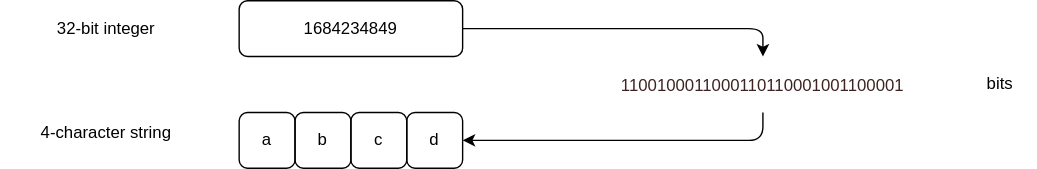
The draw.io diagram docs/binary/packing_unpacking.svg in gvwilson/sdxpy, before a commit. Source tidied: cells renumbered, new cells last; positions are measured from the earlier drawing's top-left corner, leaving out a move shared by most shapes.
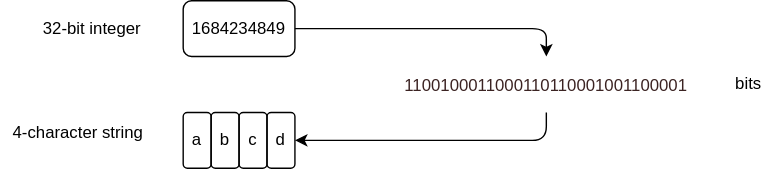
The same diagram one commit later.

Diff of the diagram source:
```diff
@@ -2,46 +2,46 @@
   <root>
     <mxCell id="0" />
     <mxCell id="1" parent="0" />
-    <mxCell id="2" value="&lt;font style=&quot;font-size: 12px;&quot;&gt;1684234849&lt;/font&gt;" style="rounded=1;whiteSpace=wrap;html=1;fillColor=none;sketch=0;fontFamily=Verdana;fontSize=12;" parent="1" vertex="1">
-      <mxGeometry x="170" width="160" height="40" as="geometry" />
+    <mxCell id="2" value="&lt;font style=&quot;font-size: 12px;&quot;&gt;1684234849&lt;/font&gt;" style="rounded=1;whiteSpace=wrap;html=1;fillColor=none;sketch=0;fontFamily=Helvetica;fontSize=12;" parent="1" vertex="1">
+      <mxGeometry x="150" y="-80" width="80" height="40" as="geometry" />
     </mxCell>
-    <mxCell id="3" value="32-bit integer" style="text;html=1;strokeColor=none;fillColor=none;align=center;verticalAlign=middle;whiteSpace=wrap;rounded=0;sketch=1;fontFamily=Verdana;fontSize=12;" parent="1" vertex="1">
-      <mxGeometry y="5" width="150" height="30" as="geometry" />
+    <mxCell id="3" value="32-bit integer" style="text;html=1;strokeColor=none;fillColor=none;align=center;verticalAlign=middle;whiteSpace=wrap;rounded=0;sketch=1;fontFamily=Helvetica;fontSize=12;" parent="1" vertex="1">
+      <mxGeometry x="40" y="-75" width="90" height="30" as="geometry" />
     </mxCell>
-    <mxCell id="4" value="a" style="rounded=1;whiteSpace=wrap;html=1;sketch=0;fontFamily=Verdana;fontSize=12;fillColor=none;" parent="1" vertex="1">
-      <mxGeometry x="170" y="80" width="40" height="40" as="geometry" />
+    <mxCell id="4" value="a" style="rounded=1;whiteSpace=wrap;html=1;sketch=0;fontFamily=Helvetica;fontSize=12;fillColor=none;" parent="1" vertex="1">
+      <mxGeometry x="150" width="20" height="40" as="geometry" />
     </mxCell>
-    <mxCell id="5" value="b" style="rounded=1;whiteSpace=wrap;html=1;sketch=0;fontFamily=Verdana;fontSize=12;fillColor=none;" parent="1" vertex="1">
-      <mxGeometry x="210" y="80" width="40" height="40" as="geometry" />
+    <mxCell id="5" value="b" style="rounded=1;whiteSpace=wrap;html=1;sketch=0;fontFamily=Helvetica;fontSize=12;fillColor=none;" parent="1" vertex="1">
+      <mxGeometry x="170" width="20" height="40" as="geometry" />
     </mxCell>
-    <mxCell id="6" value="c" style="rounded=1;whiteSpace=wrap;html=1;sketch=0;fontFamily=Verdana;fontSize=12;fillColor=none;" parent="1" vertex="1">
-      <mxGeometry x="250" y="80" width="40" height="40" as="geometry" />
+    <mxCell id="6" value="c" style="rounded=1;whiteSpace=wrap;html=1;sketch=0;fontFamily=Helvetica;fontSize=12;fillColor=none;" parent="1" vertex="1">
+      <mxGeometry x="190" width="20" height="40" as="geometry" />
     </mxCell>
-    <mxCell id="7" value="d" style="rounded=1;whiteSpace=wrap;html=1;sketch=0;fontFamily=Verdana;fontSize=12;fillColor=none;" parent="1" vertex="1">
-      <mxGeometry x="290" y="80" width="40" height="40" as="geometry" />
+    <mxCell id="7" value="d" style="rounded=1;whiteSpace=wrap;html=1;sketch=0;fontFamily=Helvetica;fontSize=12;fillColor=none;" parent="1" vertex="1">
+      <mxGeometry x="210" width="20" height="40" as="geometry" />
     </mxCell>
-    <mxCell id="8" value="4-character string" style="text;html=1;strokeColor=none;fillColor=none;align=center;verticalAlign=middle;whiteSpace=wrap;rounded=0;sketch=1;fontFamily=Verdana;fontSize=12;" parent="1" vertex="1">
-      <mxGeometry y="80" width="150" height="30" as="geometry" />
+    <mxCell id="8" value="4-character string" style="text;html=1;strokeColor=none;fillColor=none;align=center;verticalAlign=middle;whiteSpace=wrap;rounded=0;sketch=1;fontFamily=Helvetica;fontSize=12;" parent="1" vertex="1">
+      <mxGeometry x="20" width="110" height="30" as="geometry" />
     </mxCell>
-    <mxCell id="9" value="&lt;p style=&quot;margin: 0px; font-variant-numeric: normal; font-variant-east-asian: normal; font-stretch: normal; line-height: normal; color: rgb(59, 35, 34); text-align: start; font-size: 12px;&quot; class=&quot;p1&quot;&gt;&lt;span style=&quot;font-variant-ligatures: no-common-ligatures; font-size: 12px;&quot; class=&quot;s1&quot;&gt;&lt;font style=&quot;font-size: 12px;&quot;&gt;1100100011000110110001001100001&lt;/font&gt;&lt;/span&gt;&lt;/p&gt;" style="text;html=1;strokeColor=none;fillColor=none;align=center;verticalAlign=middle;whiteSpace=wrap;rounded=0;sketch=1;fontFamily=Verdana;fontSize=12;" parent="1" vertex="1">
-      <mxGeometry x="400" y="40" width="290" height="40" as="geometry" />
+    <mxCell id="9" value="&lt;p style=&quot;margin: 0px; font-variant-numeric: normal; font-variant-east-asian: normal; font-stretch: normal; line-height: normal; color: rgb(59, 35, 34); text-align: start; font-size: 12px;&quot; class=&quot;p1&quot;&gt;&lt;span style=&quot;font-variant-ligatures: no-common-ligatures; font-size: 12px;&quot; class=&quot;s1&quot;&gt;&lt;font style=&quot;font-size: 12px;&quot;&gt;1100100011000110110001001100001&lt;/font&gt;&lt;/span&gt;&lt;/p&gt;" style="text;html=1;strokeColor=none;fillColor=none;align=center;verticalAlign=middle;whiteSpace=wrap;rounded=0;sketch=1;fontFamily=Helvetica;fontSize=12;" parent="1" vertex="1">
+      <mxGeometry x="300" y="-40" width="220" height="40" as="geometry" />
     </mxCell>
-    <mxCell id="10" style="endArrow=classic;html=1;rounded=1;sketch=0;fontFamily=Verdana;fontSize=16;exitX=1;exitY=0.5;exitDx=0;exitDy=0;entryX=0.5;entryY=0;entryDx=0;entryDy=0;" parent="1" edge="1" source="2" target="9">
+    <mxCell id="10" style="endArrow=classic;html=1;rounded=1;sketch=0;fontFamily=Helvetica;fontSize=12;exitX=1;exitY=0.5;exitDx=0;exitDy=0;entryX=0.5;entryY=0;entryDx=0;entryDy=0;" parent="1" edge="1" source="2" target="9">
       <mxGeometry relative="1" as="geometry">
         <Array as="points">
-          <mxPoint x="545" y="20" />
+          <mxPoint x="410" y="-60" />
         </Array>
       </mxGeometry>
     </mxCell>
-    <mxCell id="11" style="endArrow=classic;html=1;rounded=1;sketch=0;fontFamily=Verdana;fontSize=16;entryX=1;entryY=0.5;entryDx=0;entryDy=0;exitX=0.5;exitY=1;exitDx=0;exitDy=0;" parent="1" edge="1" source="9" target="7">
+    <mxCell id="11" style="endArrow=classic;html=1;rounded=1;sketch=0;fontFamily=Helvetica;fontSize=12;entryX=1;entryY=0.5;entryDx=0;entryDy=0;exitX=0.5;exitY=1;exitDx=0;exitDy=0;" parent="1" edge="1" source="9" target="7">
       <mxGeometry relative="1" as="geometry">
         <Array as="points">
-          <mxPoint x="545" y="100" />
+          <mxPoint x="410" y="20" />
         </Array>
       </mxGeometry>
     </mxCell>
-    <mxCell id="12" value="bits" style="text;html=1;strokeColor=none;fillColor=none;align=center;verticalAlign=middle;whiteSpace=wrap;rounded=0;sketch=1;fontFamily=Verdana;fontSize=12;" parent="1" vertex="1">
-      <mxGeometry x="690" y="45" width="50" height="30" as="geometry" />
+    <mxCell id="12" value="bits" style="text;html=1;strokeColor=none;fillColor=none;align=center;verticalAlign=middle;whiteSpace=wrap;rounded=0;sketch=1;fontFamily=Helvetica;fontSize=12;" parent="1" vertex="1">
+      <mxGeometry x="530" y="-35" width="50" height="30" as="geometry" />
     </mxCell>
   </root>
 </mxGraphModel>
```
